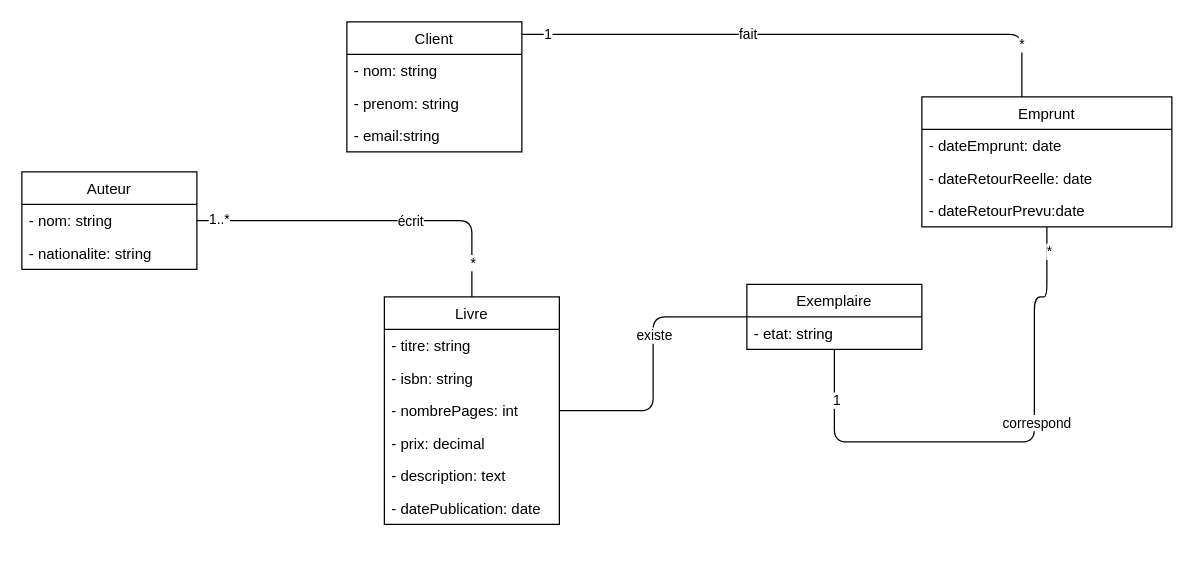
Before: ProjetModele/documentation/schemaLibrairie.drawio in choquitofrito/SymfonyCoursWad23, a draw.io diagram. Source tidied: cells renumbered, new cells numbered last; positions are measured from the earlier drawing's top-left corner, leaving out a move shared by most shapes. Both pictures are drawn from the tidied source at 125%, with x=0, y=0 at pixel (21, 21).
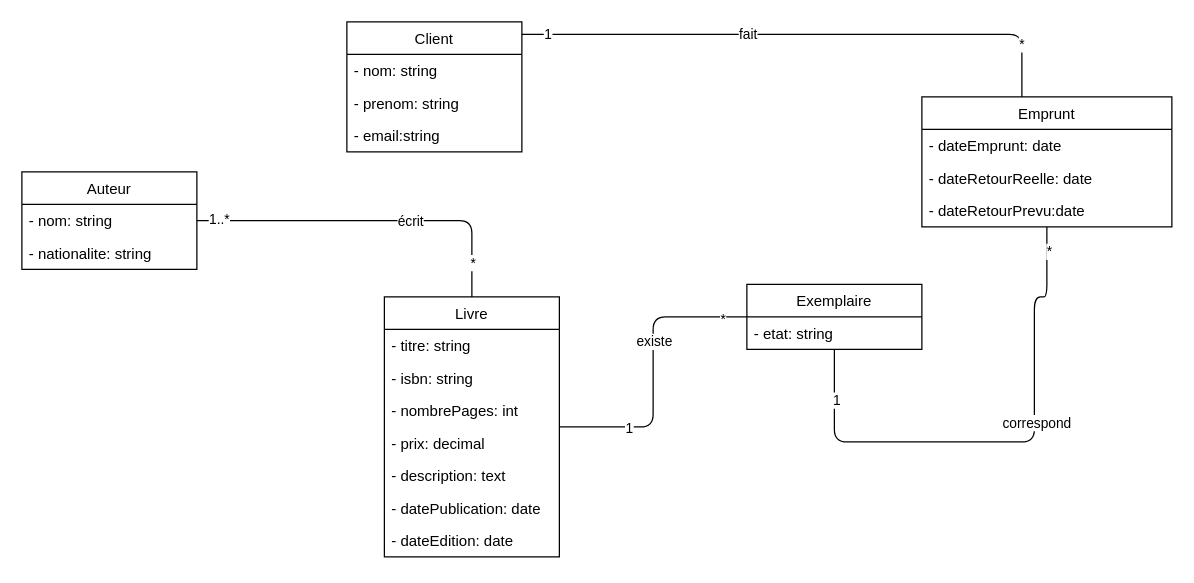
The same page after the edit.

The change refers to these unchanged cells:
```xml
<mxCell id="18" style="endArrow=none;html=1;edgeStyle=orthogonalEdgeStyle;" parent="1" edge="1" source="2" target="9">
  <mxGeometry relative="1" as="geometry" />
</mxCell>
```

Diff of the diagram source:
```diff
@@
     <mxCell id="2" value="Livre" style="swimlane;fontStyle=0;horizontal=1;startSize=26;fillColor=none;" parent="1" vertex="1">
-      <mxGeometry x="290" y="220" width="140" height="182" as="geometry" />
+      <mxGeometry x="290" y="220" width="140" height="208" as="geometry" />
     </mxCell>
@@
+    <mxCell id="36" value="- dateEdition: date" style="text;strokeColor=none;fillColor=none;align=left;verticalAlign=top;spacingLeft=4;spacingRight=4;overflow=hidden;" parent="2" vertex="1">
+      <mxGeometry y="182" width="140" height="26" as="geometry" />
+    </mxCell>
@@
+    <mxCell id="37" value="*" style="edgeLabel;html=1;align=center;verticalAlign=middle;" parent="18" vertex="1">
+      <mxGeometry x="0.83" y="-1" relative="1" as="geometry" />
+    </mxCell>
+    <mxCell id="38" value="1" style="edgeLabel;html=1;align=center;verticalAlign=middle;" parent="18" vertex="1">
+      <mxGeometry x="-0.54" relative="1" as="geometry" />
+    </mxCell>
```
